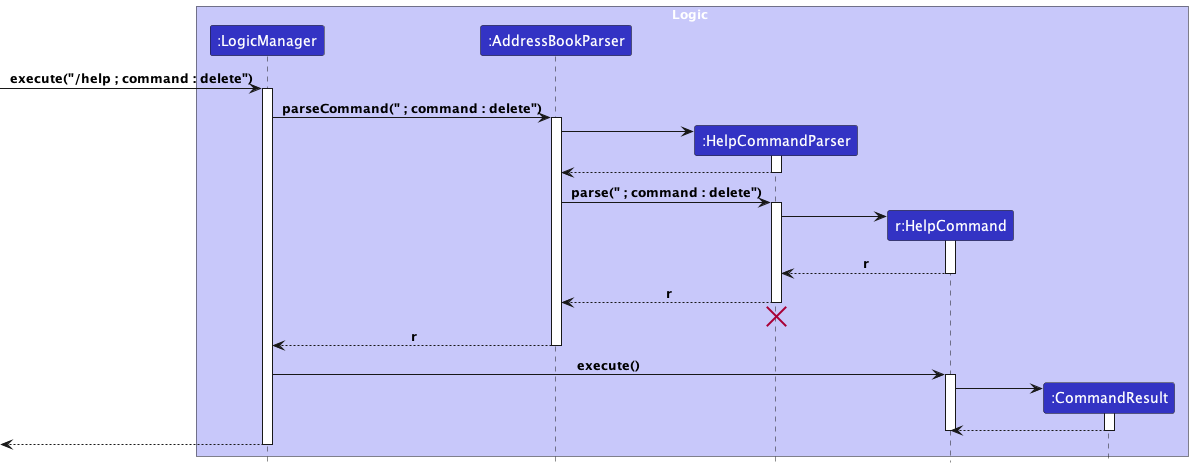
Before: docs/images/HelpCommandSequenceDiagram.png, a diagram exported from PlantUML (yleeyilin/tp).
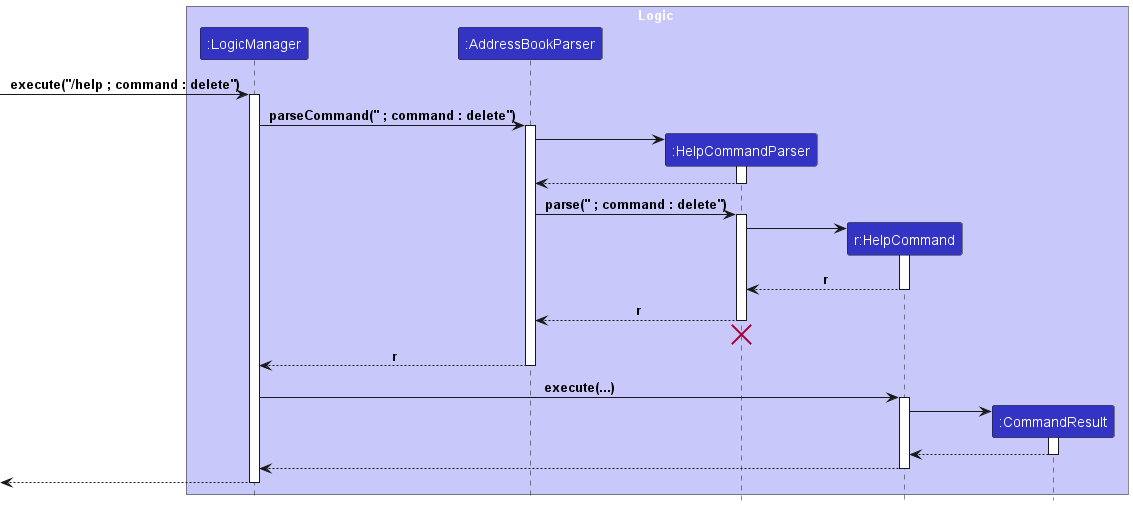
Above is the later version.

What changed in the source:
```diff
@@ -42,7 +42,7 @@
 AddressBookParser --> LogicManager : r
 deactivate AddressBookParser
 
-LogicManager -> HelpCommand : execute()
+LogicManager -> HelpCommand : execute(...)
 activate HelpCommand
 
 
@@ -55,7 +55,7 @@
 
 CommandResult --> HelpCommand
 deactivate CommandResult
-
+HelpCommand --> LogicManager
 
 deactivate HelpCommand
 
```
